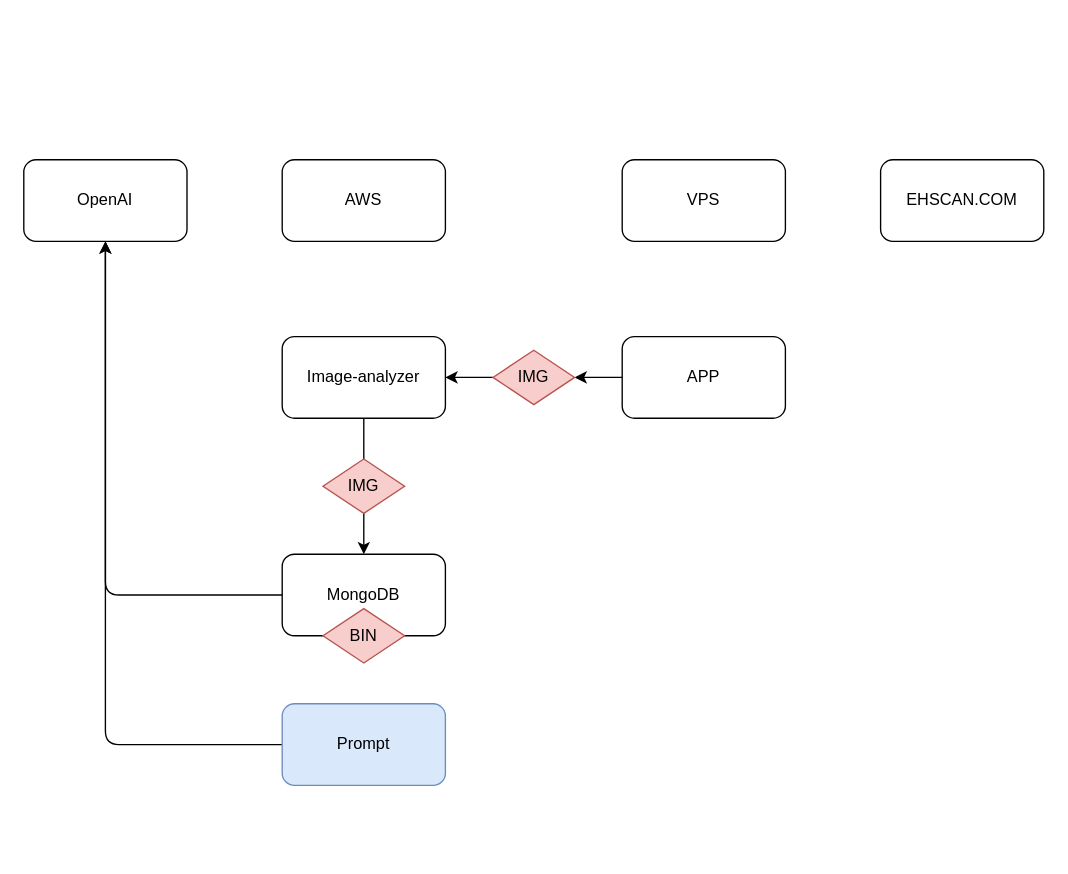
Earlier version of the draw.io diagram arch.drawio (beeplaced/audit-insight). Source tidied: cells renumbered, new cells numbered last; positions are measured from the earlier drawing's top-left corner, leaving out a move shared by most shapes. Both pictures are drawn from the tidied source at 136%, with x=0, y=0 at pixel (23, 159).
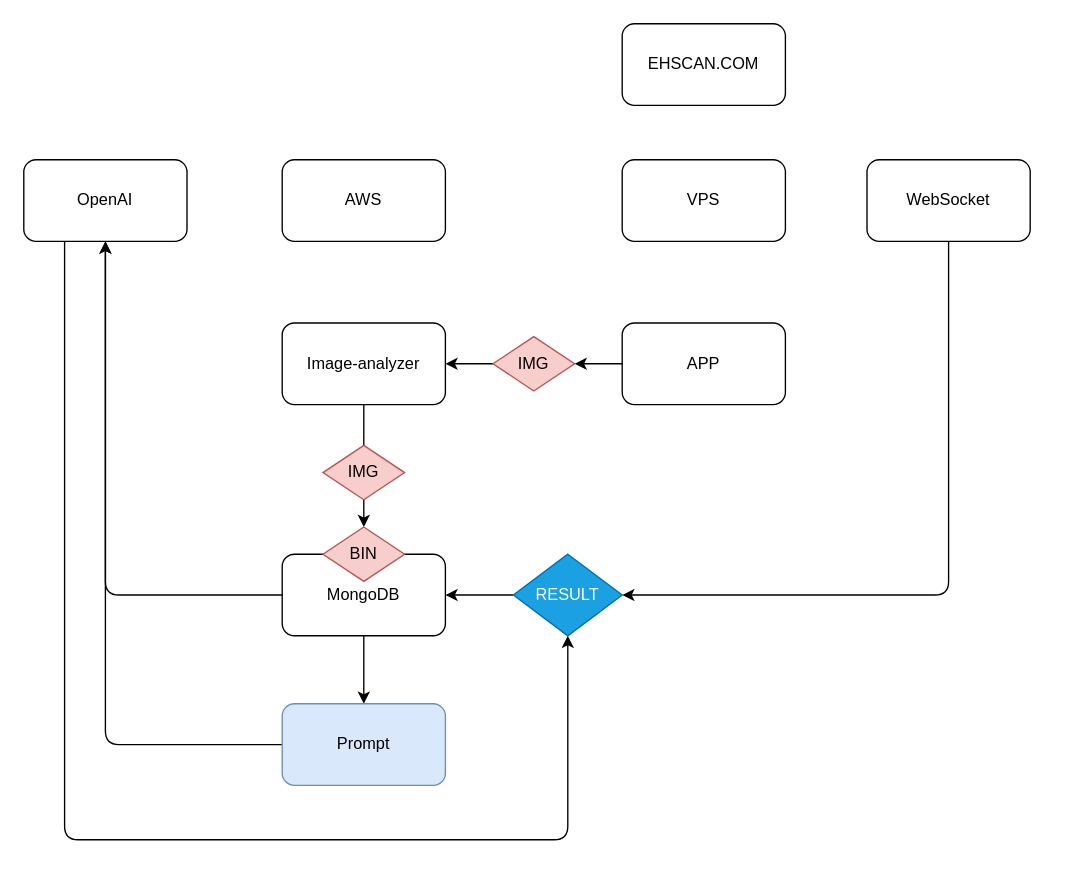
After the change.

The change refers to these unchanged cells:
```xml
<mxCell id="10" value="MongoDB" style="rounded=1;whiteSpace=wrap;html=1;" parent="1" vertex="1">
  <mxGeometry x="190" y="290" width="120" height="60" as="geometry" />
</mxCell>
<mxCell id="16" value="OpenAI" style="rounded=1;whiteSpace=wrap;html=1;" parent="1" vertex="1">
  <mxGeometry width="120" height="60" as="geometry" />
</mxCell>
<mxCell id="18" value="Prompt" style="rounded=1;whiteSpace=wrap;html=1;fillColor=#dae8fc;strokeColor=#6c8ebf;" parent="1" vertex="1">
  <mxGeometry x="190" y="400" width="120" height="60" as="geometry" />
</mxCell>
```

Diff of the diagram source:
```diff
@@
     <mxCell id="3" value="APP" style="rounded=1;whiteSpace=wrap;html=1;" parent="1" vertex="1">
-      <mxGeometry x="440" y="130" width="120" height="60" as="geometry" />
+      <mxGeometry x="440" y="120" width="120" height="60" as="geometry" />
     </mxCell>
@@
     <mxCell id="6" value="EHSCAN.COM" style="rounded=1;whiteSpace=wrap;html=1;" parent="1" vertex="1">
-      <mxGeometry x="630" width="120" height="60" as="geometry" />
+      <mxGeometry x="440" y="-100" width="120" height="60" as="geometry" />
     </mxCell>
-    <mxCell id="7" style="edgeStyle=orthogonalEdgeStyle;rounded=0;jettySize=auto;html=1;" parent="1" edge="1" source="8" target="10">
+    <mxCell id="7" style="edgeStyle=orthogonalEdgeStyle;rounded=0;jettySize=auto;html=1;entryX=0.5;entryY=0;entryDx=0;entryDy=0;" parent="1" edge="1" source="8" target="15">
       <mxGeometry relative="1" as="geometry" />
     </mxCell>
     <mxCell id="8" value="Image-analyzer" style="rounded=1;whiteSpace=wrap;html=1;" parent="1" vertex="1">
-      <mxGeometry x="190" y="130" width="120" height="60" as="geometry" />
+      <mxGeometry x="190" y="120" width="120" height="60" as="geometry" />
     </mxCell>
@@
+    <mxCell id="19" style="edgeStyle=orthogonalEdgeStyle;rounded=0;jettySize=auto;html=1;entryX=0.5;entryY=0;entryDx=0;entryDy=0;" parent="1" edge="1" source="10" target="18">
+      <mxGeometry relative="1" as="geometry" />
+    </mxCell>
@@
     <mxCell id="11" value="IMG" style="rhombus;whiteSpace=wrap;html=1;fillColor=#f8cecc;strokeColor=#b85450;" parent="1" vertex="1">
-      <mxGeometry x="220" y="220" width="60" height="40" as="geometry" />
+      <mxGeometry x="220" y="210" width="60" height="40" as="geometry" />
     </mxCell>
@@
     <mxCell id="13" value="IMG" style="rhombus;whiteSpace=wrap;html=1;fillColor=#f8cecc;strokeColor=#b85450;" parent="1" vertex="1">
-      <mxGeometry x="345" y="140" width="60" height="40" as="geometry" />
+      <mxGeometry x="345" y="130" width="60" height="40" as="geometry" />
     </mxCell>
@@
     <mxCell id="15" value="BIN" style="rhombus;whiteSpace=wrap;html=1;fillColor=#f8cecc;strokeColor=#b85450;" parent="1" vertex="1">
-      <mxGeometry x="220" y="330" width="60" height="40" as="geometry" />
+      <mxGeometry x="220" y="270" width="60" height="40" as="geometry" />
     </mxCell>
+    <mxCell id="20" style="edgeStyle=orthogonalEdgeStyle;rounded=1;jettySize=auto;html=1;entryX=0.5;entryY=1;entryDx=0;entryDy=0;exitX=0.25;exitY=1;exitDx=0;exitDy=0;curved=0;" parent="1" edge="1" source="16" target="22">
+      <mxGeometry relative="1" as="geometry">
+        <Array as="points">
+          <mxPoint x="30" y="500" />
+          <mxPoint x="400" y="500" />
+        </Array>
+      </mxGeometry>
+    </mxCell>
@@
+    <mxCell id="21" style="edgeStyle=orthogonalEdgeStyle;rounded=0;jettySize=auto;html=1;" parent="1" edge="1" source="22" target="10">
+      <mxGeometry relative="1" as="geometry" />
+    </mxCell>
+    <mxCell id="22" value="RESULT" style="rhombus;whiteSpace=wrap;html=1;fillColor=#1ba1e2;strokeColor=#006EAF;fontColor=#ffffff;" parent="1" vertex="1">
+      <mxGeometry x="360" y="290" width="80" height="60" as="geometry" />
+    </mxCell>
+    <mxCell id="23" style="edgeStyle=orthogonalEdgeStyle;rounded=1;jettySize=auto;html=1;entryX=1;entryY=0.5;entryDx=0;entryDy=0;exitX=0.5;exitY=1;exitDx=0;exitDy=0;curved=0;" parent="1" edge="1" source="24" target="22">
+      <mxGeometry relative="1" as="geometry" />
+    </mxCell>
+    <mxCell id="24" value="WebSocket" style="rounded=1;whiteSpace=wrap;html=1;" parent="1" vertex="1">
+      <mxGeometry x="620" width="120" height="60" as="geometry" />
+    </mxCell>
```
